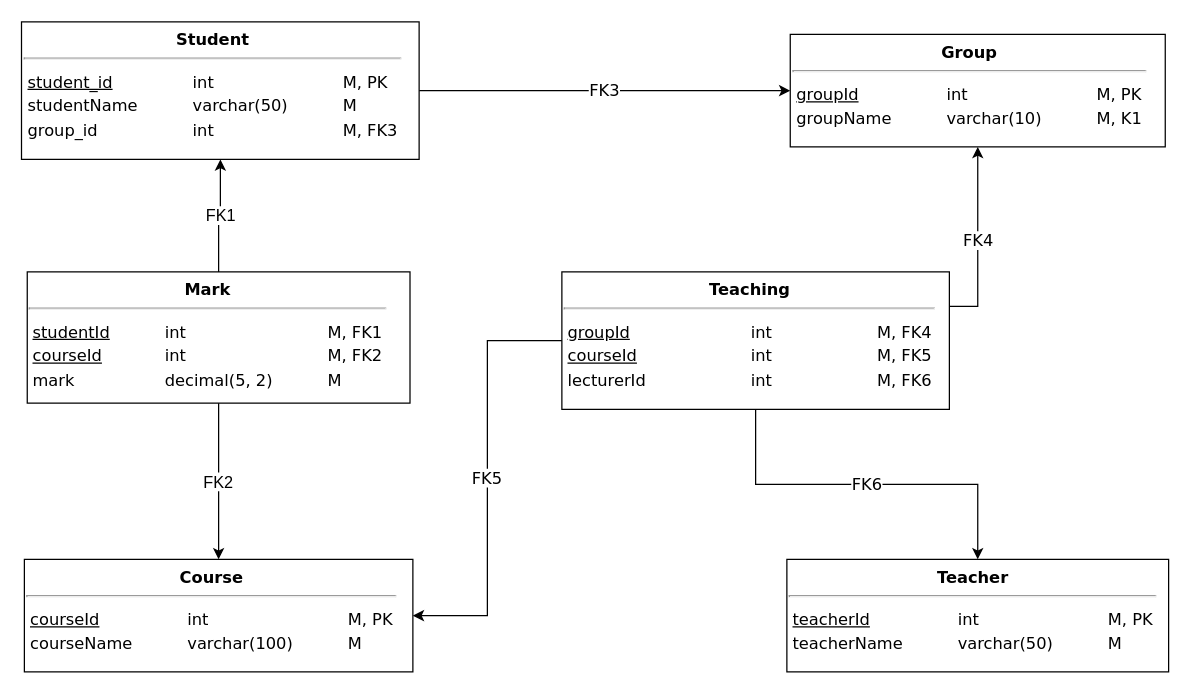
Before: hw04/src/physical-scheme.drawio in cannor147/itmo-db, a draw.io diagram. Source tidied: cells renumbered, new cells numbered last; positions are measured from the earlier drawing's top-left corner, leaving out a move shared by most shapes. Both pictures are drawn from the tidied source at 125%, with x=0, y=0 at pixel (21, 21).
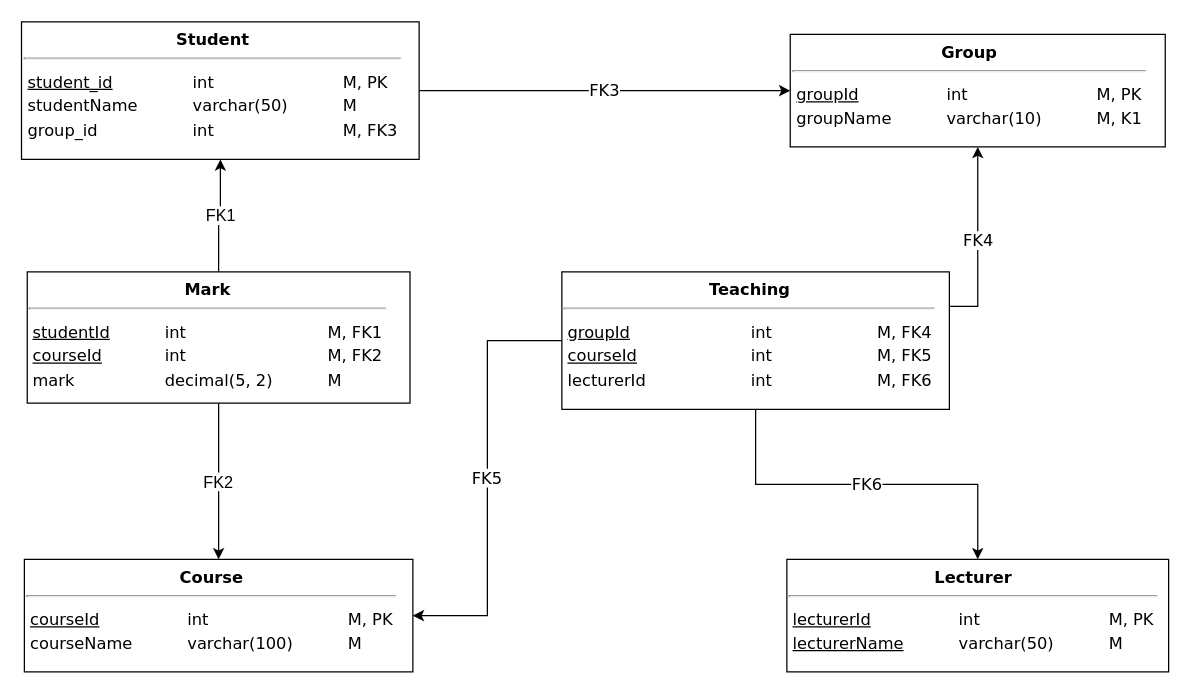
After the change.

Commit message:
fix(hw04): replaced teacher with lecturer

The edit, as a diff of the source:
```diff
@@
 <mxGraphModel>
   <root>
     <mxCell id="0" />
     <mxCell id="1" parent="0" />
     <mxCell id="2" value="FK3" style="edgeStyle=orthogonalEdgeStyle;rounded=0;jettySize=auto;html=1;fontFamily=Verdana;fontSize=13;endArrow=classic;endFill=1;startArrow=none;startFill=0;" parent="1" edge="1" source="3" target="4">
       <mxGeometry relative="1" as="geometry" />
     </mxCell>
     <mxCell id="3" value="&lt;div style=&quot;text-align: center ; font-size: 13px&quot;&gt;&lt;b style=&quot;font-size: 13px&quot;&gt;Student&lt;/b&gt;&lt;/div&gt;&lt;hr style=&quot;font-size: 13px&quot;&gt;&lt;table style=&quot;font-size: 13px&quot;&gt;&lt;tbody style=&quot;font-size: 13px&quot;&gt;&lt;tr style=&quot;font-size: 13px&quot;&gt;&lt;td style=&quot;font-size: 13px&quot;&gt;&lt;u&gt;student_id&lt;/u&gt;&lt;/td&gt;&lt;td style=&quot;font-size: 13px&quot;&gt;&lt;blockquote style=&quot;margin: 0px 0px 0px 40px ; border: none ; padding: 0px ; font-size: 13px&quot;&gt;int&lt;/blockquote&gt;&lt;/td&gt;&lt;td style=&quot;font-size: 13px&quot;&gt;&lt;blockquote style=&quot;margin: 0px 0px 0px 40px ; border: none ; padding: 0px ; font-size: 13px&quot;&gt;M, PK&lt;/blockquote&gt;&lt;/td&gt;&lt;/tr&gt;&lt;tr style=&quot;font-size: 13px&quot;&gt;&lt;td style=&quot;font-size: 13px&quot;&gt;studentName&lt;/td&gt;&lt;td style=&quot;font-size: 13px&quot;&gt;&lt;blockquote style=&quot;margin: 0px 0px 0px 40px ; border: none ; padding: 0px ; font-size: 13px&quot;&gt;varchar(50)&lt;/blockquote&gt;&lt;/td&gt;&lt;td style=&quot;font-size: 13px&quot;&gt;&lt;blockquote style=&quot;margin: 0px 0px 0px 40px ; border: none ; padding: 0px ; font-size: 13px&quot;&gt;M&lt;/blockquote&gt;&lt;/td&gt;&lt;/tr&gt;&lt;tr&gt;&lt;td&gt;group_id&lt;/td&gt;&lt;td&gt;&lt;blockquote style=&quot;margin: 0 0 0 40px ; border: none ; padding: 0px&quot;&gt;int&lt;/blockquote&gt;&lt;/td&gt;&lt;td&gt;&lt;blockquote style=&quot;margin: 0 0 0 40px ; border: none ; padding: 0px&quot;&gt;M, FK3&lt;/blockquote&gt;&lt;/td&gt;&lt;/tr&gt;&lt;/tbody&gt;&lt;/table&gt;" style="rounded=0;whiteSpace=wrap;html=1;labelBackgroundColor=none;fontFamily=Verdana;fontSize=13;align=left;verticalAlign=top;" parent="1" vertex="1">
       <mxGeometry x="-0.3" width="318.1" height="110" as="geometry" />
     </mxCell>
     <mxCell id="4" value="&lt;div style=&quot;text-align: center ; font-size: 13px&quot;&gt;&lt;b style=&quot;font-size: 13px&quot;&gt;Group&lt;/b&gt;&lt;/div&gt;&lt;hr style=&quot;font-size: 13px&quot;&gt;&lt;table style=&quot;font-size: 13px&quot;&gt;&lt;tbody style=&quot;font-size: 13px&quot;&gt;&lt;tr style=&quot;font-size: 13px&quot;&gt;&lt;td style=&quot;font-size: 13px&quot;&gt;&lt;u&gt;groupId&lt;/u&gt;&lt;/td&gt;&lt;td style=&quot;font-size: 13px&quot;&gt;&lt;blockquote style=&quot;margin: 0px 0px 0px 40px ; border: none ; padding: 0px ; font-size: 13px&quot;&gt;int&lt;/blockquote&gt;&lt;/td&gt;&lt;td style=&quot;font-size: 13px&quot;&gt;&lt;blockquote style=&quot;margin: 0px 0px 0px 40px ; border: none ; padding: 0px ; font-size: 13px&quot;&gt;M, PK&lt;/blockquote&gt;&lt;/td&gt;&lt;/tr&gt;&lt;tr style=&quot;font-size: 13px&quot;&gt;&lt;td style=&quot;font-size: 13px&quot;&gt;groupName&lt;/td&gt;&lt;td style=&quot;font-size: 13px&quot;&gt;&lt;blockquote style=&quot;margin: 0px 0px 0px 40px ; border: none ; padding: 0px ; font-size: 13px&quot;&gt;varchar(10)&lt;/blockquote&gt;&lt;/td&gt;&lt;td style=&quot;font-size: 13px&quot;&gt;&lt;blockquote style=&quot;margin: 0px 0px 0px 40px ; border: none ; padding: 0px ; font-size: 13px&quot;&gt;M, K1&lt;/blockquote&gt;&lt;/td&gt;&lt;/tr&gt;&lt;/tbody&gt;&lt;/table&gt;" style="rounded=0;whiteSpace=wrap;html=1;labelBackgroundColor=none;fontFamily=Verdana;fontSize=13;align=left;verticalAlign=top;" parent="1" vertex="1">
       <mxGeometry x="614.7" y="10" width="300" height="90" as="geometry" />
     </mxCell>
-    <mxCell id="5" value="&lt;div style=&quot;text-align: center ; font-size: 13px&quot;&gt;&lt;b style=&quot;font-size: 13px&quot;&gt;Teacher&lt;/b&gt;&lt;/div&gt;&lt;hr style=&quot;font-size: 13px&quot;&gt;&lt;table style=&quot;font-size: 13px&quot;&gt;&lt;tbody style=&quot;font-size: 13px&quot;&gt;&lt;tr style=&quot;font-size: 13px&quot;&gt;&lt;td style=&quot;font-size: 13px&quot;&gt;&lt;u&gt;teacherId&lt;/u&gt;&lt;/td&gt;&lt;td style=&quot;font-size: 13px&quot;&gt;&lt;blockquote style=&quot;margin: 0px 0px 0px 40px ; border: none ; padding: 0px ; font-size: 13px&quot;&gt;int&lt;/blockquote&gt;&lt;/td&gt;&lt;td style=&quot;font-size: 13px&quot;&gt;&lt;blockquote style=&quot;margin: 0px 0px 0px 40px ; border: none ; padding: 0px ; font-size: 13px&quot;&gt;M, PK&lt;/blockquote&gt;&lt;/td&gt;&lt;/tr&gt;&lt;tr style=&quot;font-size: 13px&quot;&gt;&lt;td style=&quot;font-size: 13px&quot;&gt;teacherName&lt;/td&gt;&lt;td style=&quot;font-size: 13px&quot;&gt;&lt;blockquote style=&quot;margin: 0px 0px 0px 40px ; border: none ; padding: 0px ; font-size: 13px&quot;&gt;varchar(50)&lt;/blockquote&gt;&lt;/td&gt;&lt;td style=&quot;font-size: 13px&quot;&gt;&lt;blockquote style=&quot;margin: 0px 0px 0px 40px ; border: none ; padding: 0px ; font-size: 13px&quot;&gt;M&lt;/blockquote&gt;&lt;/td&gt;&lt;/tr&gt;&lt;/tbody&gt;&lt;/table&gt;" style="rounded=0;whiteSpace=wrap;html=1;labelBackgroundColor=none;fontFamily=Verdana;fontSize=13;align=left;verticalAlign=top;" parent="1" vertex="1">
+    <mxCell id="5" value="&lt;div style=&quot;text-align: center ; font-size: 13px&quot;&gt;&lt;b style=&quot;font-size: 13px&quot;&gt;Lecturer&lt;/b&gt;&lt;/div&gt;&lt;hr style=&quot;font-size: 13px&quot;&gt;&lt;table style=&quot;font-size: 13px&quot;&gt;&lt;tbody style=&quot;font-size: 13px&quot;&gt;&lt;tr style=&quot;font-size: 13px&quot;&gt;&lt;td style=&quot;font-size: 13px&quot;&gt;&lt;u&gt;lecturerId&lt;/u&gt;&lt;br&gt;&lt;/td&gt;&lt;td style=&quot;font-size: 13px&quot;&gt;&lt;blockquote style=&quot;margin: 0px 0px 0px 40px ; border: none ; padding: 0px ; font-size: 13px&quot;&gt;int&lt;/blockquote&gt;&lt;/td&gt;&lt;td style=&quot;font-size: 13px&quot;&gt;&lt;blockquote style=&quot;margin: 0px 0px 0px 40px ; border: none ; padding: 0px ; font-size: 13px&quot;&gt;M, PK&lt;/blockquote&gt;&lt;/td&gt;&lt;/tr&gt;&lt;tr style=&quot;font-size: 13px&quot;&gt;&lt;td style=&quot;font-size: 13px&quot;&gt;&lt;u&gt;lecturerName&lt;/u&gt;&lt;br&gt;&lt;/td&gt;&lt;td style=&quot;font-size: 13px&quot;&gt;&lt;blockquote style=&quot;margin: 0px 0px 0px 40px ; border: none ; padding: 0px ; font-size: 13px&quot;&gt;varchar(50)&lt;/blockquote&gt;&lt;/td&gt;&lt;td style=&quot;font-size: 13px&quot;&gt;&lt;blockquote style=&quot;margin: 0px 0px 0px 40px ; border: none ; padding: 0px ; font-size: 13px&quot;&gt;M&lt;/blockquote&gt;&lt;/td&gt;&lt;/tr&gt;&lt;/tbody&gt;&lt;/table&gt;" style="rounded=0;whiteSpace=wrap;html=1;labelBackgroundColor=none;fontFamily=Verdana;fontSize=13;align=left;verticalAlign=top;" parent="1" vertex="1">
       <mxGeometry x="612" y="430" width="305.4" height="90" as="geometry" />
     </mxCell>
     <mxCell id="6" value="&lt;div style=&quot;text-align: center ; font-size: 13px&quot;&gt;&lt;b style=&quot;font-size: 13px&quot;&gt;Course&lt;/b&gt;&lt;/div&gt;&lt;hr style=&quot;font-size: 13px&quot;&gt;&lt;table style=&quot;font-size: 13px&quot;&gt;&lt;tbody style=&quot;font-size: 13px&quot;&gt;&lt;tr style=&quot;font-size: 13px&quot;&gt;&lt;td style=&quot;font-size: 13px&quot;&gt;&lt;u&gt;courseId&lt;/u&gt;&lt;/td&gt;&lt;td style=&quot;font-size: 13px&quot;&gt;&lt;blockquote style=&quot;margin: 0px 0px 0px 40px ; border: none ; padding: 0px ; font-size: 13px&quot;&gt;int&lt;/blockquote&gt;&lt;/td&gt;&lt;td style=&quot;font-size: 13px&quot;&gt;&lt;blockquote style=&quot;margin: 0px 0px 0px 40px ; border: none ; padding: 0px ; font-size: 13px&quot;&gt;M, PK&lt;/blockquote&gt;&lt;/td&gt;&lt;/tr&gt;&lt;tr style=&quot;font-size: 13px&quot;&gt;&lt;td style=&quot;font-size: 13px&quot;&gt;courseName&lt;/td&gt;&lt;td style=&quot;font-size: 13px&quot;&gt;&lt;blockquote style=&quot;margin: 0px 0px 0px 40px ; border: none ; padding: 0px ; font-size: 13px&quot;&gt;varchar(100)&lt;/blockquote&gt;&lt;/td&gt;&lt;td style=&quot;font-size: 13px&quot;&gt;&lt;blockquote style=&quot;margin: 0px 0px 0px 40px ; border: none ; padding: 0px ; font-size: 13px&quot;&gt;M&lt;/blockquote&gt;&lt;/td&gt;&lt;/tr&gt;&lt;/tbody&gt;&lt;/table&gt;" style="rounded=0;whiteSpace=wrap;html=1;labelBackgroundColor=none;fontFamily=Verdana;fontSize=13;align=left;verticalAlign=top;" parent="1" vertex="1">
       <mxGeometry x="2" y="430" width="310.8" height="90" as="geometry" />
     </mxCell>
     <mxCell id="7" value="&lt;div style=&quot;text-align: center ; font-size: 13px&quot;&gt;&lt;b style=&quot;font-size: 13px&quot;&gt;Mark&lt;/b&gt;&lt;/div&gt;&lt;hr style=&quot;font-size: 13px&quot;&gt;&lt;table style=&quot;font-size: 13px&quot;&gt;&lt;tbody style=&quot;font-size: 13px&quot;&gt;&lt;tr style=&quot;font-size: 13px&quot;&gt;&lt;td style=&quot;font-size: 13px&quot;&gt;&lt;u&gt;studentId&lt;/u&gt;&lt;/td&gt;&lt;td style=&quot;font-size: 13px&quot;&gt;&lt;blockquote style=&quot;margin: 0px 0px 0px 40px ; border: none ; padding: 0px ; font-size: 13px&quot;&gt;int&lt;/blockquote&gt;&lt;/td&gt;&lt;td style=&quot;font-size: 13px&quot;&gt;&lt;blockquote style=&quot;margin: 0px 0px 0px 40px ; border: none ; padding: 0px ; font-size: 13px&quot;&gt;M, FK1&lt;/blockquote&gt;&lt;/td&gt;&lt;/tr&gt;&lt;tr style=&quot;font-size: 13px&quot;&gt;&lt;td style=&quot;font-size: 13px&quot;&gt;&lt;u&gt;courseId&lt;/u&gt;&lt;/td&gt;&lt;td style=&quot;font-size: 13px&quot;&gt;&lt;blockquote style=&quot;margin: 0px 0px 0px 40px ; border: none ; padding: 0px ; font-size: 13px&quot;&gt;int&lt;/blockquote&gt;&lt;/td&gt;&lt;td style=&quot;font-size: 13px&quot;&gt;&lt;blockquote style=&quot;margin: 0px 0px 0px 40px ; border: none ; padding: 0px ; font-size: 13px&quot;&gt;M, FK2&lt;/blockquote&gt;&lt;/td&gt;&lt;/tr&gt;&lt;tr style=&quot;font-size: 13px&quot;&gt;&lt;td style=&quot;font-size: 13px&quot;&gt;mark&lt;/td&gt;&lt;td style=&quot;font-size: 13px&quot;&gt;&lt;blockquote style=&quot;margin: 0px 0px 0px 40px ; border: none ; padding: 0px ; font-size: 13px&quot;&gt;decimal(5, 2)&lt;/blockquote&gt;&lt;/td&gt;&lt;td style=&quot;font-size: 13px&quot;&gt;&lt;blockquote style=&quot;margin: 0px 0px 0px 40px ; border: none ; padding: 0px ; font-size: 13px&quot;&gt;M&lt;/blockquote&gt;&lt;/td&gt;&lt;/tr&gt;&lt;/tbody&gt;&lt;/table&gt;" style="rounded=0;whiteSpace=wrap;html=1;labelBackgroundColor=none;fontFamily=Verdana;fontSize=13;align=left;verticalAlign=top;" parent="1" vertex="1">
       <mxGeometry x="4.3" y="200" width="306.2" height="105" as="geometry" />
     </mxCell>
     <mxCell id="8" value="FK1" style="endArrow=classic;html=1;rounded=0;edgeStyle=orthogonalEdgeStyle;fontSize=13;" parent="1" edge="1" source="7" target="3">
       <mxGeometry relative="1" as="geometry" />
     </mxCell>
     <mxCell id="9" value="FK2" style="endArrow=classic;html=1;rounded=0;edgeStyle=orthogonalEdgeStyle;fontSize=13;" parent="1" edge="1" source="7" target="6">
       <mxGeometry relative="1" as="geometry" />
     </mxCell>
     <mxCell id="10" value="&lt;div style=&quot;text-align: center ; font-size: 13px&quot;&gt;&lt;b style=&quot;font-size: 13px&quot;&gt;Teaching&lt;/b&gt;&lt;/div&gt;&lt;hr style=&quot;font-size: 13px&quot;&gt;&lt;table style=&quot;font-size: 13px&quot;&gt;&lt;tbody style=&quot;font-size: 13px&quot;&gt;&lt;tr style=&quot;font-size: 13px&quot;&gt;&lt;td style=&quot;font-size: 13px&quot;&gt;&lt;u&gt;groupId&lt;/u&gt;&lt;/td&gt;&lt;td style=&quot;font-size: 13px&quot;&gt;&lt;blockquote style=&quot;margin: 0 0 0 40px ; border: none ; padding: 0px&quot;&gt;&lt;blockquote style=&quot;margin: 0px 0px 0px 40px ; border: none ; padding: 0px ; font-size: 13px&quot;&gt;int&lt;/blockquote&gt;&lt;/blockquote&gt;&lt;/td&gt;&lt;td style=&quot;font-size: 13px&quot;&gt;&lt;blockquote style=&quot;margin: 0 0 0 40px ; border: none ; padding: 0px&quot;&gt;&lt;blockquote style=&quot;margin: 0px 0px 0px 40px ; border: none ; padding: 0px ; font-size: 13px&quot;&gt;M, FK4&lt;/blockquote&gt;&lt;/blockquote&gt;&lt;/td&gt;&lt;/tr&gt;&lt;tr style=&quot;font-size: 13px&quot;&gt;&lt;td style=&quot;font-size: 13px&quot;&gt;&lt;u&gt;courseId&lt;/u&gt;&lt;/td&gt;&lt;td style=&quot;font-size: 13px&quot;&gt;&lt;blockquote style=&quot;margin: 0 0 0 40px ; border: none ; padding: 0px&quot;&gt;&lt;blockquote style=&quot;margin: 0px 0px 0px 40px ; border: none ; padding: 0px ; font-size: 13px&quot;&gt;int&lt;/blockquote&gt;&lt;/blockquote&gt;&lt;/td&gt;&lt;td style=&quot;font-size: 13px&quot;&gt;&lt;blockquote style=&quot;margin: 0 0 0 40px ; border: none ; padding: 0px&quot;&gt;&lt;blockquote style=&quot;margin: 0px 0px 0px 40px ; border: none ; padding: 0px ; font-size: 13px&quot;&gt;M, FK5&lt;/blockquote&gt;&lt;/blockquote&gt;&lt;/td&gt;&lt;/tr&gt;&lt;tr&gt;&lt;td&gt;lecturerId&lt;/td&gt;&lt;td&gt;&lt;blockquote style=&quot;margin: 0 0 0 40px ; border: none ; padding: 0px&quot;&gt;&lt;blockquote style=&quot;margin: 0 0 0 40px ; border: none ; padding: 0px&quot;&gt;int&lt;/blockquote&gt;&lt;/blockquote&gt;&lt;/td&gt;&lt;td&gt;&lt;blockquote style=&quot;margin: 0 0 0 40px ; border: none ; padding: 0px&quot;&gt;&lt;blockquote style=&quot;margin: 0 0 0 40px ; border: none ; padding: 0px&quot;&gt;M, FK6&lt;/blockquote&gt;&lt;/blockquote&gt;&lt;/td&gt;&lt;/tr&gt;&lt;/tbody&gt;&lt;/table&gt;" style="rounded=0;whiteSpace=wrap;html=1;labelBackgroundColor=none;fontFamily=Verdana;fontSize=13;align=left;verticalAlign=top;" parent="1" vertex="1">
       <mxGeometry x="432" y="200" width="310" height="110" as="geometry" />
     </mxCell>
     <mxCell id="11" value="FK4" style="edgeStyle=orthogonalEdgeStyle;rounded=0;jettySize=auto;html=1;fontFamily=Verdana;fontSize=13;endArrow=classic;endFill=1;startArrow=none;startFill=0;exitX=1;exitY=0.25;exitDx=0;exitDy=0;" parent="1" edge="1" source="10" target="4">
       <mxGeometry relative="1" as="geometry" />
     </mxCell>
     <mxCell id="12" value="FK5" style="edgeStyle=orthogonalEdgeStyle;rounded=0;jettySize=auto;html=1;fontFamily=Verdana;fontSize=13;endArrow=classic;endFill=1;startArrow=none;startFill=0;exitX=0;exitY=0.5;exitDx=0;exitDy=0;entryX=1;entryY=0.5;entryDx=0;entryDy=0;" parent="1" edge="1" source="10" target="6">
       <mxGeometry relative="1" as="geometry" />
     </mxCell>
     <mxCell id="13" value="FK6" style="endArrow=none;html=1;fontFamily=Verdana;fontSize=13;rounded=0;endFill=0;startArrow=classic;startFill=1;edgeStyle=orthogonalEdgeStyle;entryX=0.5;entryY=1;entryDx=0;entryDy=0;" parent="1" edge="1" source="5" target="10">
       <mxGeometry relative="1" as="geometry" />
     </mxCell>
   </root>
 </mxGraphModel>
```
